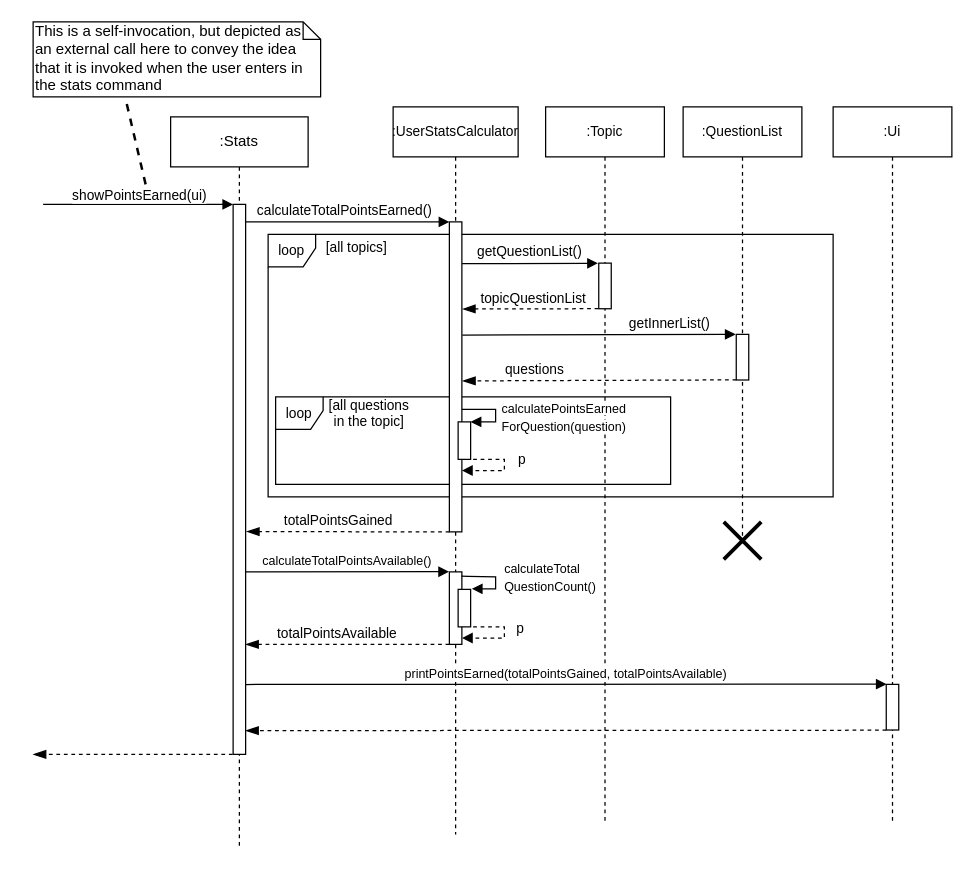
Earlier version of the draw.io diagram docs/diagrams/Stats_showPointsEarned.drawio (nus-cs2113-AY2021S1/tp). Source tidied: cells renumbered, new cells numbered last; positions are measured from the earlier drawing's top-left corner, leaving out a move shared by most shapes. Both pictures are drawn from the tidied source at 125%, with x=0, y=0 at pixel (32, 21).
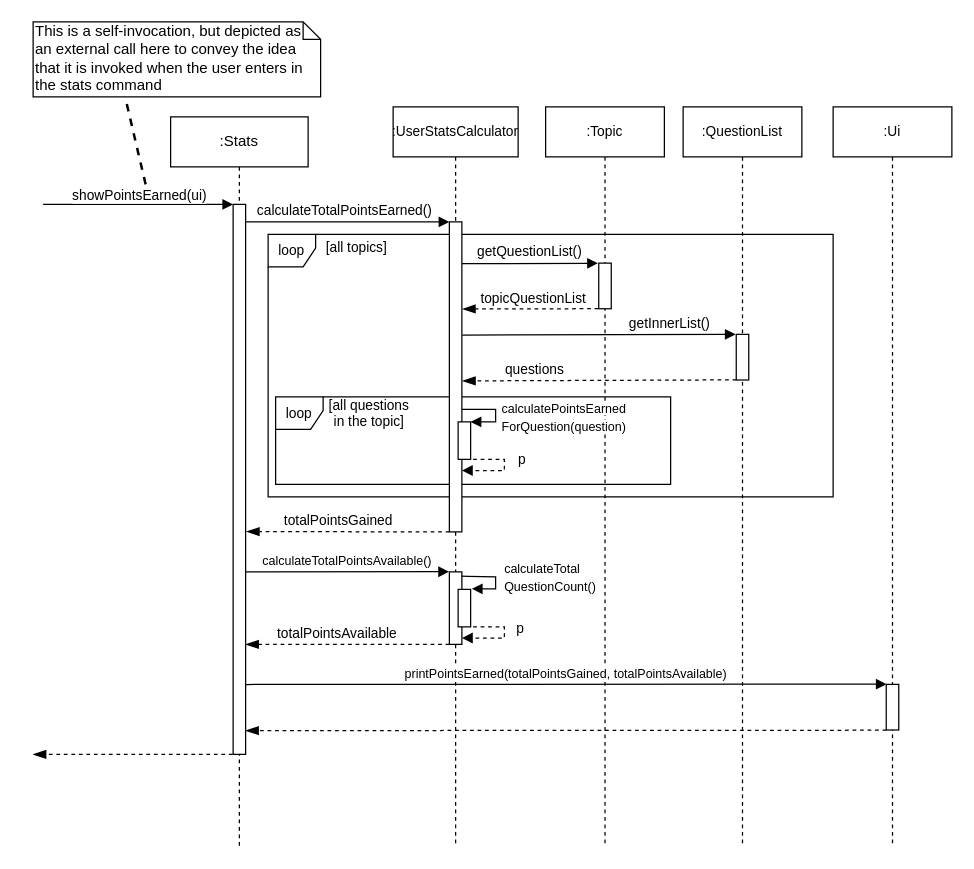
Above is the later version.

Commit message (it also covers changes not shown here):
Edit Stats Sequence Diagram

The edit, as a diff of the source:
```diff
@@
     <mxCell id="3" value=":QuestionList" style="shape=umlLifeline;perimeter=lifelinePerimeter;whiteSpace=wrap;html=1;fontSize=11;" parent="1" vertex="1">
-      <mxGeometry x="520" y="68" width="95" height="352" as="geometry" />
+      <mxGeometry x="520" y="68" width="95" height="592" as="geometry" />
     </mxCell>
@@
-    <mxCell id="5" style="shape=umlDestroy;whiteSpace=wrap;html=1;strokeWidth=3;" parent="3" vertex="1">
-      <mxGeometry x="32.5" y="332" width="30" height="30" as="geometry" />
-    </mxCell>
@@
     <mxCell id="8" value=":UserStatsCalculator" style="shape=umlLifeline;perimeter=lifelinePerimeter;whiteSpace=wrap;html=1;fontSize=11;" parent="1" vertex="1">
-      <mxGeometry x="288" y="68" width="100" height="582" as="geometry" />
+      <mxGeometry x="288" y="68" width="100" height="592" as="geometry" />
     </mxCell>
@@
     <mxCell id="14" value=":Topic" style="shape=umlLifeline;perimeter=lifelinePerimeter;whiteSpace=wrap;html=1;fontSize=11;" parent="1" vertex="1">
-      <mxGeometry x="410" y="68" width="95" height="572" as="geometry" />
+      <mxGeometry x="410" y="68" width="95" height="592" as="geometry" />
     </mxCell>
@@
     <mxCell id="37" value=":Ui" style="shape=umlLifeline;perimeter=lifelinePerimeter;whiteSpace=wrap;html=1;fontSize=11;" parent="1" vertex="1">
-      <mxGeometry x="640" y="68" width="95" height="572" as="geometry" />
+      <mxGeometry x="640" y="68" width="95" height="592" as="geometry" />
     </mxCell>
```
